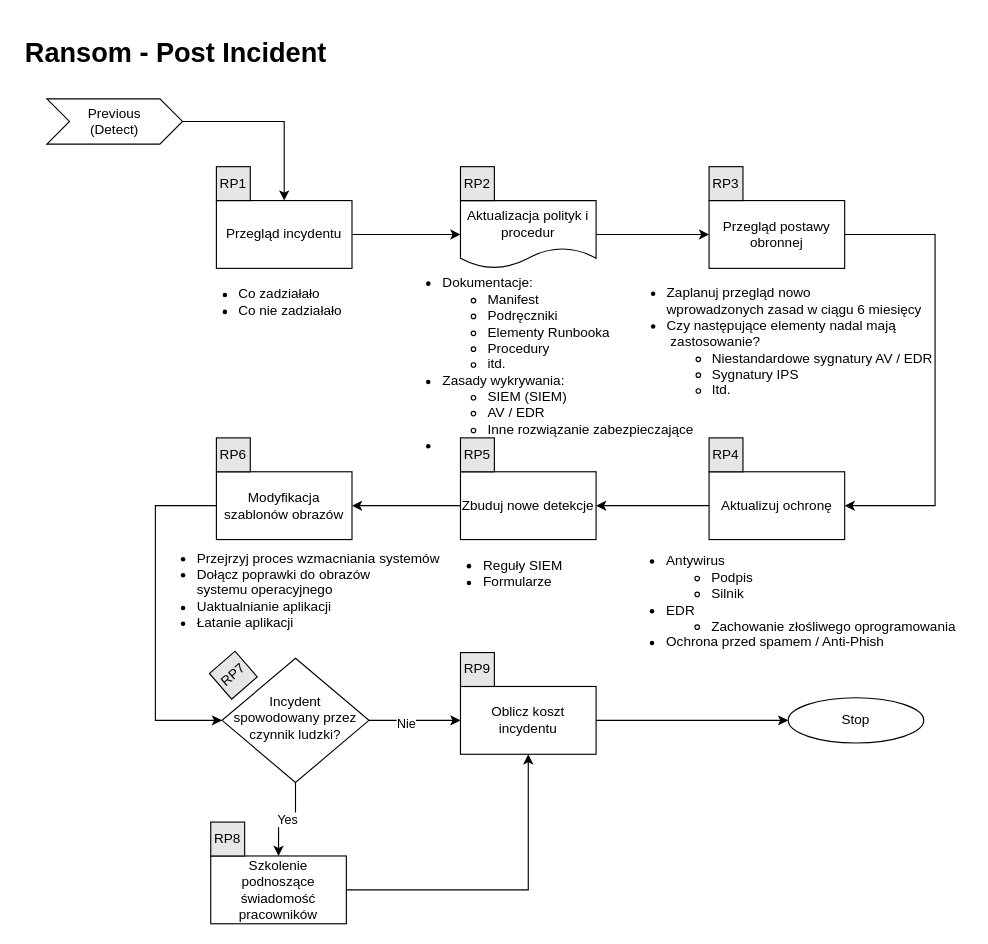
Above: page "Po incydencie" (5 of 5) of IRP-Ransom/Workflows/Ransom-Workflow.drawio in amigasz/Playbooks (draw.io), before the change. Source tidied: cells renumbered, new cells numbered last; positions are measured from the earlier drawing's top-left corner, leaving out a move shared by most shapes. Both pictures are drawn from the tidied source at 113%, with x=0, y=0 at pixel (19, 31).
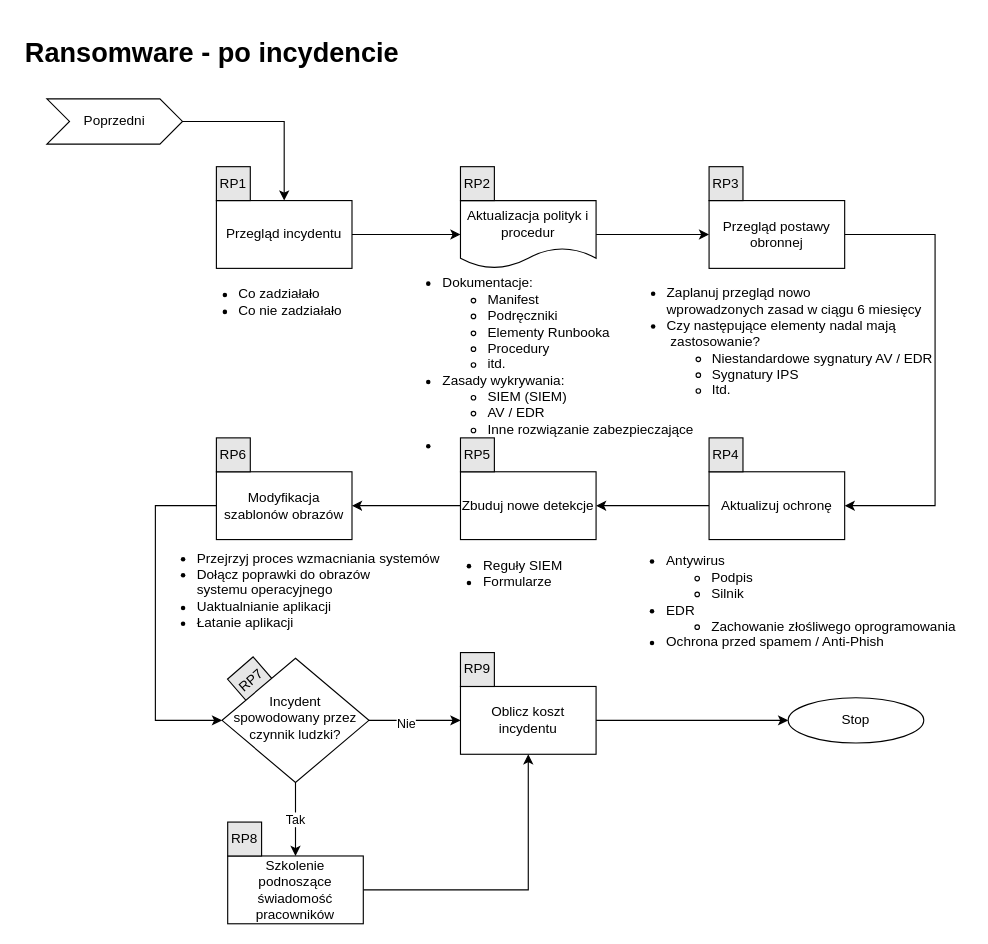
Above is the later version.

Unchanged cells that the change refers to:
```xml
<mxCell id="27" value="&lt;div&gt;&lt;font&gt;Incydent spowodowany przez czynnik ludzki?&lt;/font&gt;&lt;/div&gt;" style="rhombus;whiteSpace=wrap;html=1;shadow=0;fontFamily=Helvetica;fontSize=12;align=center;strokeWidth=1;spacing=6;spacingTop=-4;" parent="1" vertex="1">
  <mxGeometry x="179" y="555" width="130" height="110" as="geometry" />
</mxCell>
```

Change to the diagram source:
```diff
@@
     <mxCell id="2" value="&lt;div style=&quot;font-size: 12px&quot;&gt;RP7&lt;/div&gt;" style="whiteSpace=wrap;html=1;fillColor=#E6E6E6;rotation=319;fontSize=12;" parent="1" vertex="1">
-      <mxGeometry x="174" y="555" width="30" height="30" as="geometry" />
+      <mxGeometry x="190" y="560" width="30" height="30" as="geometry" />
     </mxCell>
@@
-    <mxCell id="4" value="&lt;h1&gt;Ransom - Post Incident&lt;br&gt;&lt;/h1&gt;" style="text;html=1;strokeColor=none;fillColor=none;spacing=5;spacingTop=-20;whiteSpace=wrap;overflow=hidden;rounded=0;" parent="1" vertex="1">
+    <mxCell id="4" value="&lt;h1&gt;Ransomware - po incydencie&lt;br&gt;&lt;/h1&gt;" style="text;html=1;strokeColor=none;fillColor=none;spacing=5;spacingTop=-20;whiteSpace=wrap;overflow=hidden;rounded=0;" parent="1" vertex="1">
       <mxGeometry width="390" height="40" as="geometry" />
     </mxCell>
@@
-    <mxCell id="11" value="&lt;div&gt;Previous&lt;/div&gt;(Detect)" style="shape=step;perimeter=stepPerimeter;whiteSpace=wrap;html=1;fixedSize=1;" parent="1" vertex="1">
+    <mxCell id="11" value="&lt;div&gt;Poprzedni&lt;/div&gt;" style="shape=step;perimeter=stepPerimeter;whiteSpace=wrap;html=1;fixedSize=1;" parent="1" vertex="1">
       <mxGeometry x="24" y="60" width="120" height="40" as="geometry" />
     </mxCell>
@@
-    <mxCell id="26" value="Yes" style="edgeStyle=orthogonalEdgeStyle;rounded=0;jettySize=auto;html=1;" parent="1" edge="1" source="27" target="30">
+    <mxCell id="26" value="Tak" style="edgeStyle=orthogonalEdgeStyle;rounded=0;jettySize=auto;html=1;" parent="1" edge="1" source="27" target="30">
       <mxGeometry relative="1" as="geometry" />
     </mxCell>
@@
     <mxCell id="30" value="&lt;div&gt;Szkolenie podnoszące świadomość pracowników&lt;/div&gt;" style="whiteSpace=wrap;html=1;" parent="1" vertex="1">
-      <mxGeometry x="169" y="730" width="120" height="60" as="geometry" />
+      <mxGeometry x="184" y="730" width="120" height="60" as="geometry" />
     </mxCell>
@@
     <mxCell id="38" value="RP8" style="whiteSpace=wrap;html=1;fillColor=#E6E6E6;rotation=0;" parent="1" vertex="1">
-      <mxGeometry x="169" y="700" width="30" height="30" as="geometry" />
+      <mxGeometry x="184" y="700" width="30" height="30" as="geometry" />
     </mxCell>
```
